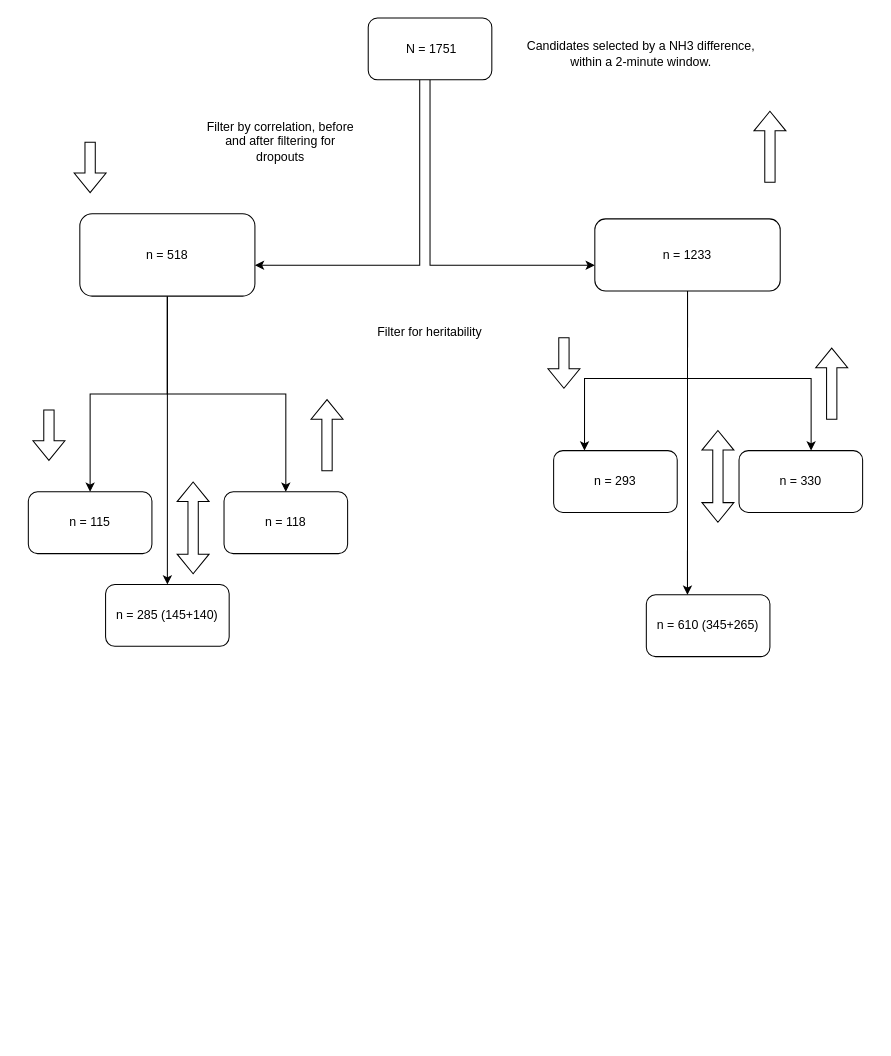
Before: adduct_binning_decision_tree.drawio in RijanHasTwoEars7/draw_io_illustrations, a draw.io diagram. Source tidied: cells renumbered, new cells numbered last; positions are measured from the earlier drawing's top-left corner, leaving out a move shared by most shapes. Both pictures are drawn from the tidied source at 103%, with x=0, y=0 at pixel (28, 18).
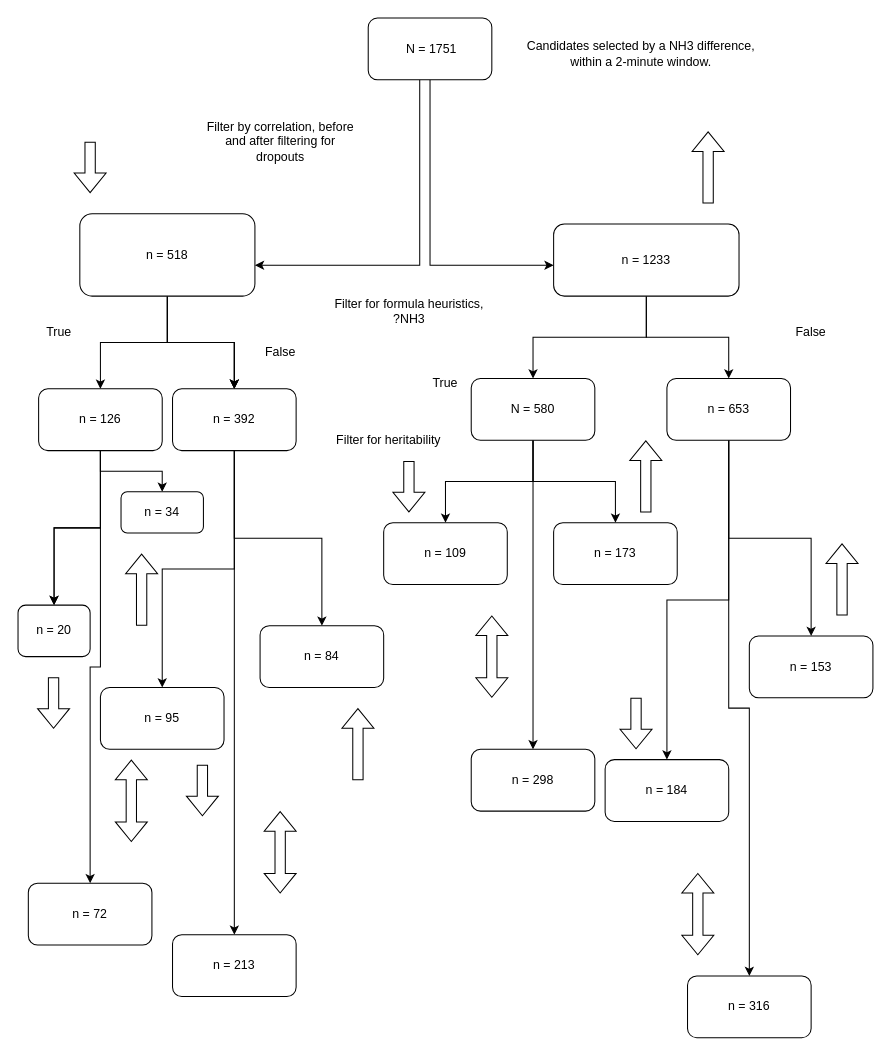
After the change.

Unchanged cells that the change refers to:
```xml
<mxCell id="8" value="n = 518" style="whiteSpace=wrap;html=1;rounded=1;" parent="1" vertex="1">
  <mxGeometry x="50" y="190" width="170" height="80" as="geometry" />
</mxCell>
```

Change to the diagram source:
```diff
@@
-    <mxCell id="5" style="edgeStyle=orthogonalEdgeStyle;rounded=0;jettySize=auto;html=1;" parent="1" edge="1" source="8" target="14">
-      <mxGeometry relative="1" as="geometry" />
-    </mxCell>
-    <mxCell id="6" style="edgeStyle=orthogonalEdgeStyle;rounded=0;jettySize=auto;html=1;" parent="1" edge="1" source="8" target="16">
-      <mxGeometry relative="1" as="geometry" />
-    </mxCell>
-    <mxCell id="7" style="edgeStyle=orthogonalEdgeStyle;rounded=0;jettySize=auto;html=1;" parent="1" edge="1" source="8" target="19">
-      <mxGeometry relative="1" as="geometry" />
-    </mxCell>
+    <mxCell id="30" style="edgeStyle=orthogonalEdgeStyle;rounded=0;jettySize=auto;html=1;" parent="1" edge="1" source="8" target="39">
+      <mxGeometry relative="1" as="geometry" />
+    </mxCell>
+    <mxCell id="31" style="edgeStyle=orthogonalEdgeStyle;rounded=0;jettySize=auto;html=1;" parent="1" edge="1" source="8" target="39">
+      <mxGeometry relative="1" as="geometry" />
+    </mxCell>
+    <mxCell id="32" style="edgeStyle=orthogonalEdgeStyle;rounded=0;jettySize=auto;html=1;" parent="1" edge="1" source="8" target="39">
+      <mxGeometry relative="1" as="geometry" />
+    </mxCell>
+    <mxCell id="33" style="edgeStyle=orthogonalEdgeStyle;rounded=0;jettySize=auto;html=1;" parent="1" edge="1" source="8" target="45">
+      <mxGeometry relative="1" as="geometry" />
+    </mxCell>
@@
+    <mxCell id="34" style="edgeStyle=orthogonalEdgeStyle;rounded=0;jettySize=auto;html=1;" parent="1" edge="1" source="11" target="50">
+      <mxGeometry relative="1" as="geometry" />
+    </mxCell>
+    <mxCell id="35" style="edgeStyle=orthogonalEdgeStyle;rounded=0;jettySize=auto;html=1;" parent="1" edge="1" source="11" target="54">
+      <mxGeometry relative="1" as="geometry" />
+    </mxCell>
     <mxCell id="11" value="n = 1233" style="whiteSpace=wrap;html=1;rounded=1;" parent="1" vertex="1">
-      <mxGeometry x="550" y="195" width="180" height="70" as="geometry" />
+      <mxGeometry x="510" y="200" width="180" height="70" as="geometry" />
     </mxCell>
-    <mxCell id="12" style="shape=flexArrow;endArrow=classic;html=1;rounded=0;" parent="1" edge="1">
-      <mxGeometry relative="1" as="geometry">
-        <mxPoint x="20" y="380" as="sourcePoint" />
-        <mxPoint x="20" y="430" as="targetPoint" />
-      </mxGeometry>
-    </mxCell>
     <mxCell id="13" style="shape=flexArrow;endArrow=classic;html=1;rounded=0;" parent="1" edge="1">
       <mxGeometry relative="1" as="geometry">
-        <mxPoint x="720" y="160" as="sourcePoint" />
-        <mxPoint x="720" y="90" as="targetPoint" />
+        <mxPoint x="660" y="180" as="sourcePoint" />
+        <mxPoint x="660" y="110" as="targetPoint" />
       </mxGeometry>
     </mxCell>
-    <mxCell id="14" value="n = 118" style="whiteSpace=wrap;html=1;rounded=1;" parent="1" vertex="1">
-      <mxGeometry x="190" y="460" width="120" height="60" as="geometry" />
-    </mxCell>
-    <mxCell id="15" value="Filter for heritability" style="text;html=1;strokeColor=none;fillColor=none;align=center;verticalAlign=middle;whiteSpace=wrap;rounded=0;" parent="1" vertex="1">
-      <mxGeometry x="290" y="260" width="200" height="90" as="geometry" />
+    <mxCell id="15" value="&lt;div&gt;Filter for formula heuristics,&lt;/div&gt;&lt;div&gt;?NH3&lt;br&gt;&lt;/div&gt;" style="text;html=1;strokeColor=none;fillColor=none;align=center;verticalAlign=middle;whiteSpace=wrap;rounded=0;" parent="1" vertex="1">
+      <mxGeometry x="270" y="240" width="200" height="90" as="geometry" />
     </mxCell>
-    <mxCell id="16" value="n = 115" style="whiteSpace=wrap;html=1;rounded=1;" parent="1" vertex="1">
-      <mxGeometry y="460" width="120" height="60" as="geometry" />
-    </mxCell>
-    <mxCell id="17" style="shape=flexArrow;endArrow=classic;html=1;rounded=0;" parent="1" edge="1">
-      <mxGeometry relative="1" as="geometry">
-        <mxPoint x="290" y="440" as="sourcePoint" />
-        <mxPoint x="290" y="370" as="targetPoint" />
-      </mxGeometry>
-    </mxCell>
@@
-    <mxCell id="19" value="n = 285 (145+140)" style="whiteSpace=wrap;html=1;rounded=1;" parent="1" vertex="1">
-      <mxGeometry x="75" y="550" width="120" height="60" as="geometry" />
-    </mxCell>
-    <mxCell id="20" style="shape=flexArrow;endArrow=classic;startArrow=classic;html=1;rounded=0;" parent="1" edge="1">
-      <mxGeometry relative="1" as="geometry">
-        <mxPoint x="160" y="540" as="sourcePoint" />
-        <mxPoint x="160" y="450" as="targetPoint" />
-      </mxGeometry>
-    </mxCell>
-    <mxCell id="21" style="shape=flexArrow;endArrow=classic;html=1;rounded=0;" parent="1" edge="1">
-      <mxGeometry relative="1" as="geometry">
-        <mxPoint x="520" y="310" as="sourcePoint" />
-        <mxPoint x="520" y="360" as="targetPoint" />
-      </mxGeometry>
-    </mxCell>
-    <mxCell id="22" value="n = 330" style="whiteSpace=wrap;html=1;rounded=1;" parent="1" vertex="1">
-      <mxGeometry x="690" y="420" width="120" height="60" as="geometry" />
-    </mxCell>
-    <mxCell id="23" value="n = 293" style="whiteSpace=wrap;html=1;rounded=1;" parent="1" vertex="1">
-      <mxGeometry x="510" y="420" width="120" height="60" as="geometry" />
-    </mxCell>
-    <mxCell id="24" style="shape=flexArrow;endArrow=classic;html=1;rounded=0;" parent="1" edge="1">
-      <mxGeometry relative="1" as="geometry">
-        <mxPoint x="780" y="390" as="sourcePoint" />
-        <mxPoint x="780" y="320" as="targetPoint" />
-      </mxGeometry>
-    </mxCell>
-    <mxCell id="25" value="n = 610 (345+265)" style="whiteSpace=wrap;html=1;rounded=1;" parent="1" vertex="1">
-      <mxGeometry x="600" y="560" width="120" height="60" as="geometry" />
-    </mxCell>
-    <mxCell id="26" style="shape=flexArrow;endArrow=classic;startArrow=classic;html=1;rounded=0;" parent="1" edge="1">
-      <mxGeometry relative="1" as="geometry">
-        <mxPoint x="669.5" y="490" as="sourcePoint" />
-        <mxPoint x="669.5" y="400" as="targetPoint" />
-      </mxGeometry>
-    </mxCell>
-    <mxCell id="27" style="endArrow=classic;html=1;rounded=0;entryX=0.333;entryY=0;entryDx=0;entryDy=0;entryPerimeter=0;exitX=0.5;exitY=1;exitDx=0;exitDy=0;" parent="1" edge="1" source="11" target="25">
-      <mxGeometry relative="1" as="geometry" />
-    </mxCell>
-    <mxCell id="28" style="endArrow=classic;html=1;rounded=0;entryX=0.333;entryY=0;entryDx=0;entryDy=0;entryPerimeter=0;" parent="1" edge="1">
-      <mxGeometry relative="1" as="geometry">
-        <mxPoint x="640" y="350" as="sourcePoint" />
-        <mxPoint x="540" y="420" as="targetPoint" />
-        <Array as="points">
-          <mxPoint x="540" y="350" />
-        </Array>
-      </mxGeometry>
-    </mxCell>
-    <mxCell id="29" style="endArrow=classic;html=1;rounded=0;" parent="1" edge="1">
-      <mxGeometry relative="1" as="geometry">
-        <mxPoint x="640" y="350" as="sourcePoint" />
-        <mxPoint x="760" y="420" as="targetPoint" />
-        <Array as="points">
-          <mxPoint x="760" y="350" />
-        </Array>
-      </mxGeometry>
-    </mxCell>
+    <mxCell id="36" style="edgeStyle=orthogonalEdgeStyle;rounded=0;jettySize=auto;html=1;" parent="1" edge="1" source="39" target="70">
+      <mxGeometry relative="1" as="geometry" />
+    </mxCell>
+    <mxCell id="37" style="edgeStyle=orthogonalEdgeStyle;rounded=0;jettySize=auto;html=1;" parent="1" edge="1" source="39" target="71">
+      <mxGeometry relative="1" as="geometry" />
+    </mxCell>
+    <mxCell id="38" style="edgeStyle=orthogonalEdgeStyle;rounded=0;jettySize=auto;html=1;" parent="1" edge="1" source="39" target="72">
+      <mxGeometry relative="1" as="geometry" />
+    </mxCell>
+    <mxCell id="39" value="n = 392" style="whiteSpace=wrap;html=1;rounded=1;" parent="1" vertex="1">
+      <mxGeometry x="140" y="360" width="120" height="60" as="geometry" />
+    </mxCell>
+    <mxCell id="40" value="False" style="text;html=1;strokeColor=none;fillColor=none;align=center;verticalAlign=middle;whiteSpace=wrap;rounded=0;" parent="1" vertex="1">
+      <mxGeometry x="215" y="310" width="60" height="30" as="geometry" />
+    </mxCell>
+    <mxCell id="41" style="edgeStyle=orthogonalEdgeStyle;rounded=0;jettySize=auto;html=1;" parent="1" edge="1" source="45" target="73">
+      <mxGeometry relative="1" as="geometry" />
+    </mxCell>
+    <mxCell id="42" style="edgeStyle=orthogonalEdgeStyle;rounded=0;jettySize=auto;html=1;" parent="1" edge="1" source="45" target="76">
+      <mxGeometry relative="1" as="geometry" />
+    </mxCell>
+    <mxCell id="43" style="edgeStyle=orthogonalEdgeStyle;rounded=0;jettySize=auto;html=1;" parent="1" edge="1" source="45" target="76">
+      <mxGeometry relative="1" as="geometry" />
+    </mxCell>
+    <mxCell id="44" style="edgeStyle=orthogonalEdgeStyle;rounded=0;jettySize=auto;html=1;" parent="1" edge="1" source="45" target="78">
+      <mxGeometry relative="1" as="geometry" />
+    </mxCell>
+    <mxCell id="45" value="n = 126 " style="whiteSpace=wrap;html=1;rounded=1;" parent="1" vertex="1">
+      <mxGeometry x="10" y="360" width="120" height="60" as="geometry" />
+    </mxCell>
+    <mxCell id="46" value="True" style="text;html=1;strokeColor=none;fillColor=none;align=center;verticalAlign=middle;whiteSpace=wrap;rounded=0;" parent="1" vertex="1">
+      <mxGeometry y="290" width="60" height="30" as="geometry" />
+    </mxCell>
+    <mxCell id="47" style="edgeStyle=orthogonalEdgeStyle;rounded=0;jettySize=auto;html=1;" parent="1" edge="1" source="50" target="62">
+      <mxGeometry relative="1" as="geometry" />
+    </mxCell>
+    <mxCell id="48" style="edgeStyle=orthogonalEdgeStyle;rounded=0;jettySize=auto;html=1;" parent="1" edge="1" source="50" target="63">
+      <mxGeometry relative="1" as="geometry" />
+    </mxCell>
+    <mxCell id="49" style="edgeStyle=orthogonalEdgeStyle;rounded=0;jettySize=auto;html=1;" parent="1" edge="1" source="50" target="64">
+      <mxGeometry relative="1" as="geometry" />
+    </mxCell>
+    <mxCell id="50" value="n = 653" style="whiteSpace=wrap;html=1;rounded=1;" parent="1" vertex="1">
+      <mxGeometry x="620" y="350" width="120" height="60" as="geometry" />
+    </mxCell>
+    <mxCell id="51" style="edgeStyle=orthogonalEdgeStyle;rounded=0;jettySize=auto;html=1;" parent="1" edge="1" source="54" target="58">
+      <mxGeometry relative="1" as="geometry" />
+    </mxCell>
+    <mxCell id="52" style="edgeStyle=orthogonalEdgeStyle;rounded=0;jettySize=auto;html=1;" parent="1" edge="1" source="54" target="59">
+      <mxGeometry relative="1" as="geometry" />
+    </mxCell>
+    <mxCell id="53" style="edgeStyle=orthogonalEdgeStyle;rounded=0;jettySize=auto;html=1;" parent="1" edge="1" source="54" target="60">
+      <mxGeometry relative="1" as="geometry" />
+    </mxCell>
+    <mxCell id="54" value="N = 580" style="whiteSpace=wrap;html=1;rounded=1;" parent="1" vertex="1">
+      <mxGeometry x="430" y="350" width="120" height="60" as="geometry" />
+    </mxCell>
+    <mxCell id="55" value="True" style="text;html=1;strokeColor=none;fillColor=none;align=center;verticalAlign=middle;whiteSpace=wrap;rounded=0;" parent="1" vertex="1">
+      <mxGeometry x="375" y="340" width="60" height="30" as="geometry" />
+    </mxCell>
+    <mxCell id="56" value="False" style="text;html=1;strokeColor=none;fillColor=none;align=center;verticalAlign=middle;whiteSpace=wrap;rounded=0;" parent="1" vertex="1">
+      <mxGeometry x="730" y="290" width="60" height="30" as="geometry" />
+    </mxCell>
+    <mxCell id="57" value="Filter for heritability" style="text;html=1;strokeColor=none;fillColor=none;align=center;verticalAlign=middle;whiteSpace=wrap;rounded=0;" parent="1" vertex="1">
+      <mxGeometry x="270" y="380" width="160" height="60" as="geometry" />
+    </mxCell>
+    <mxCell id="58" value="n = 109" style="whiteSpace=wrap;html=1;rounded=1;" parent="1" vertex="1">
+      <mxGeometry x="345" y="490" width="120" height="60" as="geometry" />
+    </mxCell>
+    <mxCell id="59" value="n = 298" style="whiteSpace=wrap;html=1;rounded=1;" parent="1" vertex="1">
+      <mxGeometry x="430" y="710" width="120" height="60" as="geometry" />
+    </mxCell>
+    <mxCell id="60" value="n = 173" style="whiteSpace=wrap;html=1;rounded=1;" parent="1" vertex="1">
+      <mxGeometry x="510" y="490" width="120" height="60" as="geometry" />
+    </mxCell>
+    <mxCell id="61" style="shape=flexArrow;endArrow=classic;startArrow=classic;html=1;rounded=0;" parent="1" edge="1">
+      <mxGeometry relative="1" as="geometry">
+        <mxPoint x="450" y="660" as="sourcePoint" />
+        <mxPoint x="450" y="580" as="targetPoint" />
+      </mxGeometry>
+    </mxCell>
+    <mxCell id="62" value="n = 316" style="whiteSpace=wrap;html=1;rounded=1;" parent="1" vertex="1">
+      <mxGeometry x="640" y="930" width="120" height="60" as="geometry" />
+    </mxCell>
+    <mxCell id="63" value="n = 153" style="whiteSpace=wrap;html=1;rounded=1;" parent="1" vertex="1">
+      <mxGeometry x="700" y="600" width="120" height="60" as="geometry" />
+    </mxCell>
+    <mxCell id="64" value="n = 184" style="whiteSpace=wrap;html=1;rounded=1;" parent="1" vertex="1">
+      <mxGeometry x="560" y="720" width="120" height="60" as="geometry" />
+    </mxCell>
+    <mxCell id="65" style="shape=flexArrow;endArrow=classic;startArrow=classic;html=1;rounded=0;" parent="1" edge="1">
+      <mxGeometry relative="1" as="geometry">
+        <mxPoint x="650" y="910" as="sourcePoint" />
+        <mxPoint x="650" y="830" as="targetPoint" />
+      </mxGeometry>
+    </mxCell>
+    <mxCell id="66" style="shape=flexArrow;endArrow=classic;html=1;rounded=0;" parent="1" edge="1">
+      <mxGeometry relative="1" as="geometry">
+        <mxPoint x="790" y="580" as="sourcePoint" />
+        <mxPoint x="790" y="510" as="targetPoint" />
+      </mxGeometry>
+    </mxCell>
+    <mxCell id="67" style="shape=flexArrow;endArrow=classic;html=1;rounded=0;" parent="1" edge="1">
+      <mxGeometry relative="1" as="geometry">
+        <mxPoint x="599.5" y="480" as="sourcePoint" />
+        <mxPoint x="599.5" y="410" as="targetPoint" />
+      </mxGeometry>
+    </mxCell>
+    <mxCell id="68" style="shape=flexArrow;endArrow=classic;html=1;rounded=0;" parent="1" edge="1">
+      <mxGeometry relative="1" as="geometry">
+        <mxPoint x="369.5" y="430" as="sourcePoint" />
+        <mxPoint x="369.5" y="480" as="targetPoint" />
+      </mxGeometry>
+    </mxCell>
+    <mxCell id="69" style="shape=flexArrow;endArrow=classic;html=1;rounded=0;" parent="1" edge="1">
+      <mxGeometry relative="1" as="geometry">
+        <mxPoint x="590" y="660" as="sourcePoint" />
+        <mxPoint x="590" y="710" as="targetPoint" />
+      </mxGeometry>
+    </mxCell>
+    <mxCell id="70" value="n = 213" style="whiteSpace=wrap;html=1;rounded=1;" parent="1" vertex="1">
+      <mxGeometry x="140" y="890" width="120" height="60" as="geometry" />
+    </mxCell>
+    <mxCell id="71" value="n = 84" style="whiteSpace=wrap;html=1;rounded=1;" parent="1" vertex="1">
+      <mxGeometry x="225" y="590" width="120" height="60" as="geometry" />
+    </mxCell>
+    <mxCell id="72" value="n = 95 " style="whiteSpace=wrap;html=1;rounded=1;" parent="1" vertex="1">
+      <mxGeometry x="70" y="650" width="120" height="60" as="geometry" />
+    </mxCell>
+    <mxCell id="73" value="n = 72" style="whiteSpace=wrap;html=1;rounded=1;" parent="1" vertex="1">
+      <mxGeometry y="840" width="120" height="60" as="geometry" />
+    </mxCell>
+    <mxCell id="74" style="shape=flexArrow;endArrow=classic;startArrow=classic;html=1;rounded=0;" parent="1" edge="1">
+      <mxGeometry relative="1" as="geometry">
+        <mxPoint x="100" y="800" as="sourcePoint" />
+        <mxPoint x="100" y="720" as="targetPoint" />
+      </mxGeometry>
+    </mxCell>
+    <mxCell id="75" style="shape=flexArrow;endArrow=classic;startArrow=classic;html=1;rounded=0;" parent="1" edge="1">
+      <mxGeometry relative="1" as="geometry">
+        <mxPoint x="244.5" y="850" as="sourcePoint" />
+        <mxPoint x="244.5" y="770" as="targetPoint" />
+      </mxGeometry>
+    </mxCell>
+    <mxCell id="76" value="n = 20" style="whiteSpace=wrap;html=1;rounded=1;" parent="1" vertex="1">
+      <mxGeometry x="-10" y="570" width="70" height="50" as="geometry" />
+    </mxCell>
+    <mxCell id="77" style="shape=flexArrow;endArrow=classic;html=1;rounded=0;" parent="1" edge="1">
+      <mxGeometry relative="1" as="geometry">
+        <mxPoint x="24.5" y="640" as="sourcePoint" />
+        <mxPoint x="24.5" y="690" as="targetPoint" />
+      </mxGeometry>
+    </mxCell>
+    <mxCell id="78" value="n = 34" style="whiteSpace=wrap;html=1;rounded=1;" parent="1" vertex="1">
+      <mxGeometry x="90" y="460" width="80" height="40" as="geometry" />
+    </mxCell>
+    <mxCell id="79" style="shape=flexArrow;endArrow=classic;html=1;rounded=0;" parent="1" edge="1">
+      <mxGeometry relative="1" as="geometry">
+        <mxPoint x="169" y="725" as="sourcePoint" />
+        <mxPoint x="169" y="775" as="targetPoint" />
+      </mxGeometry>
+    </mxCell>
+    <mxCell id="80" style="shape=flexArrow;endArrow=classic;html=1;rounded=0;" parent="1" edge="1">
+      <mxGeometry relative="1" as="geometry">
+        <mxPoint x="320" y="740" as="sourcePoint" />
+        <mxPoint x="320" y="670" as="targetPoint" />
+      </mxGeometry>
+    </mxCell>
+    <mxCell id="81" style="shape=flexArrow;endArrow=classic;html=1;rounded=0;" parent="1" edge="1">
+      <mxGeometry relative="1" as="geometry">
+        <mxPoint x="110" y="590" as="sourcePoint" />
+        <mxPoint x="110" y="520" as="targetPoint" />
+      </mxGeometry>
+    </mxCell>
```
